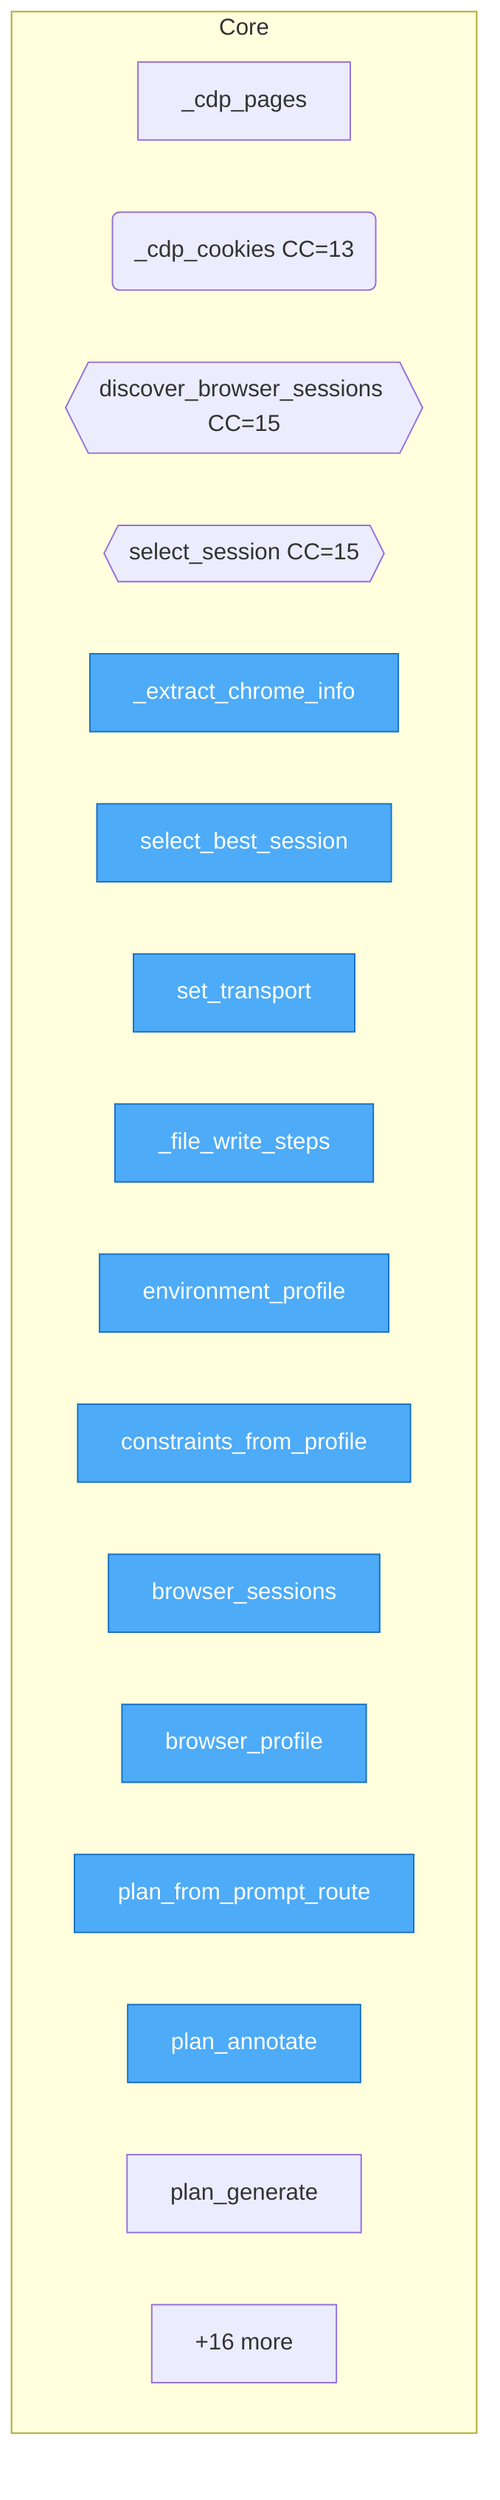
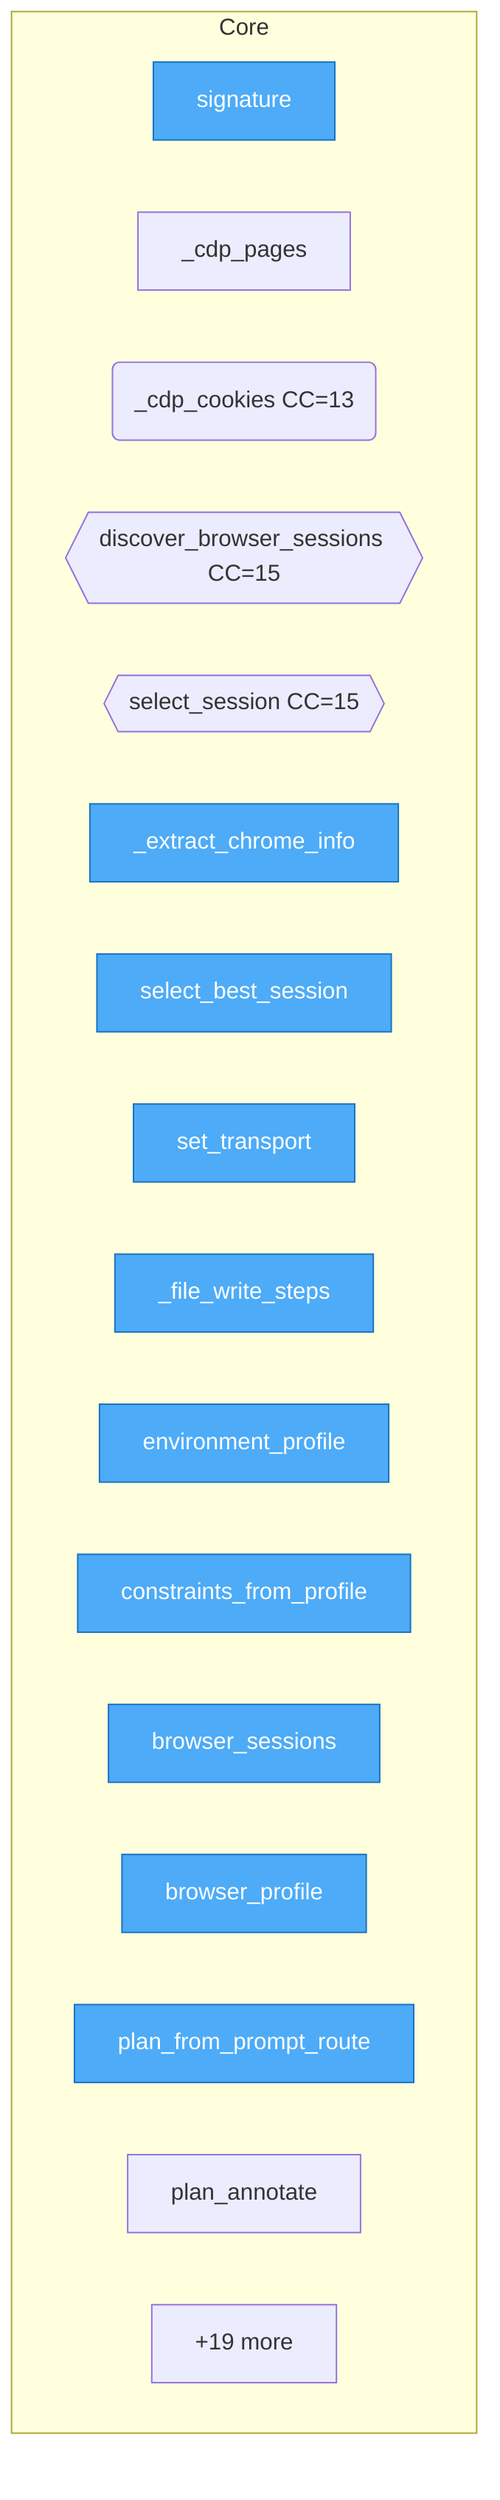
flowchart TD
%% generated in 0.00s

    %% Entry points (blue)
    classDef entry fill:#4dabf7,stroke:#1971c2,color:#fff

    subgraph Core
+         urirun_connector_twin__sandbox__Scenario__signature["signature"]
        urirun_connector_twin__browser___cdp_pages["_cdp_pages"]
        urirun_connector_twin__browser___cdp_cookies("_cdp_cookies CC=13")
        urirun_connector_twin__browser__discover_browser_sessions{{discover_browser_sessions CC=15}}
        urirun_connector_twin__browser__select_session{{select_session CC=15}}
        urirun_connector_twin__browser___extract_chrome_info["_extract_chrome_info"]
        urirun_connector_twin__browser__select_best_session["select_best_session"]
        urirun_connector_twin__dispatch__set_transport["set_transport"]
        urirun_connector_twin__prompt_plan___file_write_steps["_file_write_steps"]
        urirun_connector_twin__core__environment_profile["environment_profile"]
        urirun_connector_twin__core__constraints_from_profile["constraints_from_profile"]
        urirun_connector_twin__core__browser_sessions["browser_sessions"]
        urirun_connector_twin__core__browser_profile["browser_profile"]
        urirun_connector_twin__core__plan_from_prompt_route["plan_from_prompt_route"]
        urirun_connector_twin__core__plan_annotate["plan_annotate"]
-         urirun_connector_twin__core__plan_generate["plan_generate"]
-         ...["+16 more"]
+         ...["+19 more"]
    end

-     class urirun_connector_twin__browser___extract_chrome_info,urirun_connector_twin__browser__select_best_session,urirun_connector_twin__dispatch__set_transport,urirun_connector_twin__prompt_plan___file_write_steps,urirun_connector_twin__core__environment_profile,urirun_connector_twin__core__constraints_from_profile,urirun_connector_twin__core__browser_sessions,urirun_connector_twin__core__browser_profile,urirun_connector_twin__core__plan_from_prompt_route,urirun_connector_twin__core__plan_annotate entry
+     class urirun_connector_twin__sandbox__Scenario__signature,urirun_connector_twin__browser___extract_chrome_info,urirun_connector_twin__browser__select_best_session,urirun_connector_twin__dispatch__set_transport,urirun_connector_twin__prompt_plan___file_write_steps,urirun_connector_twin__core__environment_profile,urirun_connector_twin__core__constraints_from_profile,urirun_connector_twin__core__browser_sessions,urirun_connector_twin__core__browser_profile,urirun_connector_twin__core__plan_from_prompt_route entry
